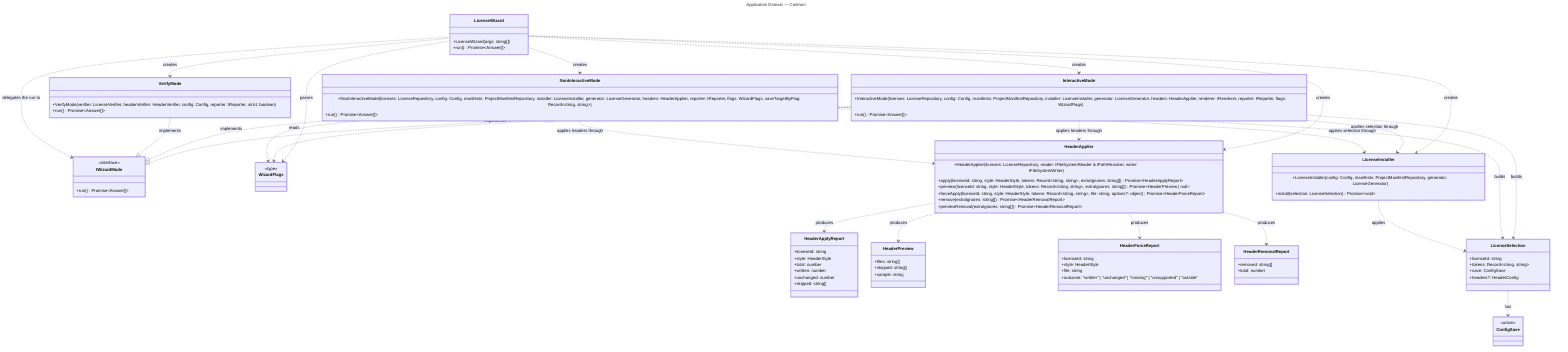
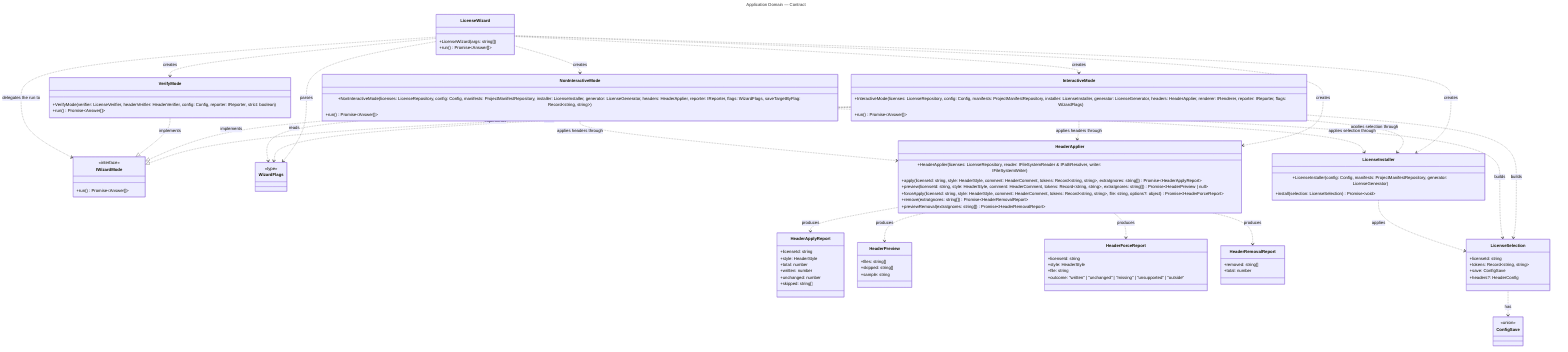
---
title: Application Domain — Contract
---
classDiagram
  direction TB

  %% Domain: Application (src root + src/modes)
  %% Focused per-domain view extracted from ../class-diagram.mmd.
  %% Shows ONLY Application-domain classes and their intra-domain relationships.
  %% Cross-domain relationships (to CLI, Licensing, Configuration, Headers, Verify)
  %% are intentionally omitted — see ../class-diagram.mmd for the full picture.
  %%
  %% LicenseWizard is the bootstrap / composition root and the mode router: it
  %% wires the shared graph together and delegates each run to one of the three
  %% modes through the IWizardMode contract. Most of its (and the modes')
  %% relationships point outward into other domains and so do not appear here.

  class LicenseWizard {
    +LicenseWizard(args: string[])
    +run() Promise~Answer[]~
  }

  class IWizardMode {
    <<interface>>
    +run() Promise~Answer[]~
  }

  class InteractiveMode {
    +InteractiveMode(licenses: LicenseRepository, config: Config, manifests: ProjectManifestRepository, installer: LicenseInstaller, generator: LicenseGenerator, headers: HeaderApplier, renderer: IRenderer, reporter: IReporter, flags: WizardFlags)
    +run() Promise~Answer[]~
  }

  class NonInteractiveMode {
    +NonInteractiveMode(licenses: LicenseRepository, config: Config, manifests: ProjectManifestRepository, installer: LicenseInstaller, generator: LicenseGenerator, headers: HeaderApplier, reporter: IReporter, flags: WizardFlags, saveTargetByFlag: Record~string, string~)
    +run() Promise~Answer[]~
  }

  class VerifyMode {
    +VerifyMode(verifier: LicenseVerifier, headerVerifier: HeaderVerifier, config: Config, reporter: IReporter, strict: boolean)
    +run() Promise~Answer[]~
  }

  class WizardFlags {
    <<type>>
  }

  class LicenseInstaller {
    +LicenseInstaller(config: Config, manifests: ProjectManifestRepository, generator: LicenseGenerator)
    +install(selection: LicenseSelection) Promise~void~
  }

  class HeaderApplier {
    +HeaderApplier(licenses: LicenseRepository, reader: IFileSystemReader & IPathResolver, writer: IFileSystemWriter)
-     +apply(licenseId: string, style: HeaderStyle, tokens: Record~string, string~, extraIgnores: string[]) Promise~HeaderApplyReport~
-     +preview(licenseId: string, style: HeaderStyle, tokens: Record~string, string~, extraIgnores: string[]) Promise~HeaderPreview | null~
-     +forceApply(licenseId: string, style: HeaderStyle, tokens: Record~string, string~, file: string, options?: object) Promise~HeaderForceReport~
+     +apply(licenseId: string, style: HeaderStyle, comment: HeaderComment, tokens: Record~string, string~, extraIgnores: string[]) Promise~HeaderApplyReport~
+     +preview(licenseId: string, style: HeaderStyle, comment: HeaderComment, tokens: Record~string, string~, extraIgnores: string[]) Promise~HeaderPreview | null~
+     +forceApply(licenseId: string, style: HeaderStyle, comment: HeaderComment, tokens: Record~string, string~, file: string, options?: object) Promise~HeaderForceReport~
    +remove(extraIgnores: string[]) Promise~HeaderRemovalReport~
    +previewRemoval(extraIgnores: string[]) Promise~HeaderRemovalReport~
  }

  class HeaderApplyReport {
    +licenseId: string
    +style: HeaderStyle
    +total: number
    +written: number
    +unchanged: number
    +skipped: string[]
  }

  class HeaderPreview {
    +files: string[]
    +skipped: string[]
    +sample: string
  }

  class HeaderForceReport {
    +licenseId: string
    +style: HeaderStyle
    +file: string
    +outcome: "written" | "unchanged" | "missing" | "unsupported" | "outside"
  }

  class HeaderRemovalReport {
    +removed: string[]
    +total: number
  }

  class LicenseSelection {
    +licenseId: string
    +tokens: Record~string, string~
    +save: ConfigSave
    +headers?: HeaderConfig
  }

  class ConfigSave {
    <<union>>
  }

  InteractiveMode ..|> IWizardMode : implements
  NonInteractiveMode ..|> IWizardMode : implements
  VerifyMode ..|> IWizardMode : implements

  LicenseWizard ..> IWizardMode : delegates the run to
  LicenseWizard ..> InteractiveMode : creates
  LicenseWizard ..> NonInteractiveMode : creates
  LicenseWizard ..> VerifyMode : creates
  LicenseWizard ..> LicenseInstaller : creates
  LicenseWizard ..> HeaderApplier : creates
  LicenseWizard ..> WizardFlags : parses

  InteractiveMode ..> LicenseInstaller : applies selection through
  NonInteractiveMode ..> LicenseInstaller : applies selection through
  InteractiveMode ..> HeaderApplier : applies headers through
  NonInteractiveMode ..> HeaderApplier : applies headers through
  InteractiveMode ..> LicenseSelection : builds
  NonInteractiveMode ..> LicenseSelection : builds
  InteractiveMode ..> WizardFlags : reads
  NonInteractiveMode ..> WizardFlags : reads

  LicenseInstaller ..> LicenseSelection : applies
  LicenseSelection ..> ConfigSave : has
  HeaderApplier ..> HeaderApplyReport : produces
  HeaderApplier ..> HeaderPreview : produces
  HeaderApplier ..> HeaderForceReport : produces
  HeaderApplier ..> HeaderRemovalReport : produces
